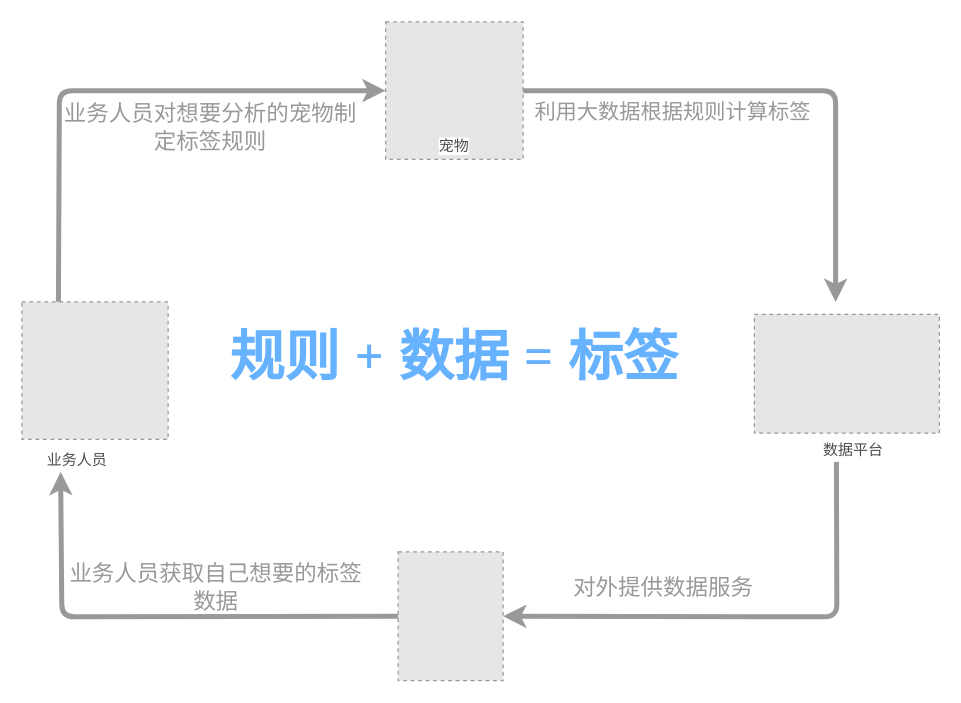
fangzheng0518/draw keeps this draw.io diagram as pet_data_warehouse/宠物标签.drawio. Above is the earlier version. Source tidied: cells renumbered, new cells numbered last; positions are measured from the earlier drawing's top-left corner, leaving out a move shared by most shapes. Both pictures are drawn from the tidied source at 125%, with x=0, y=0 at pixel (21, 21). Pictures stored in the file or linked from it are replaced by grey dashed boxes.
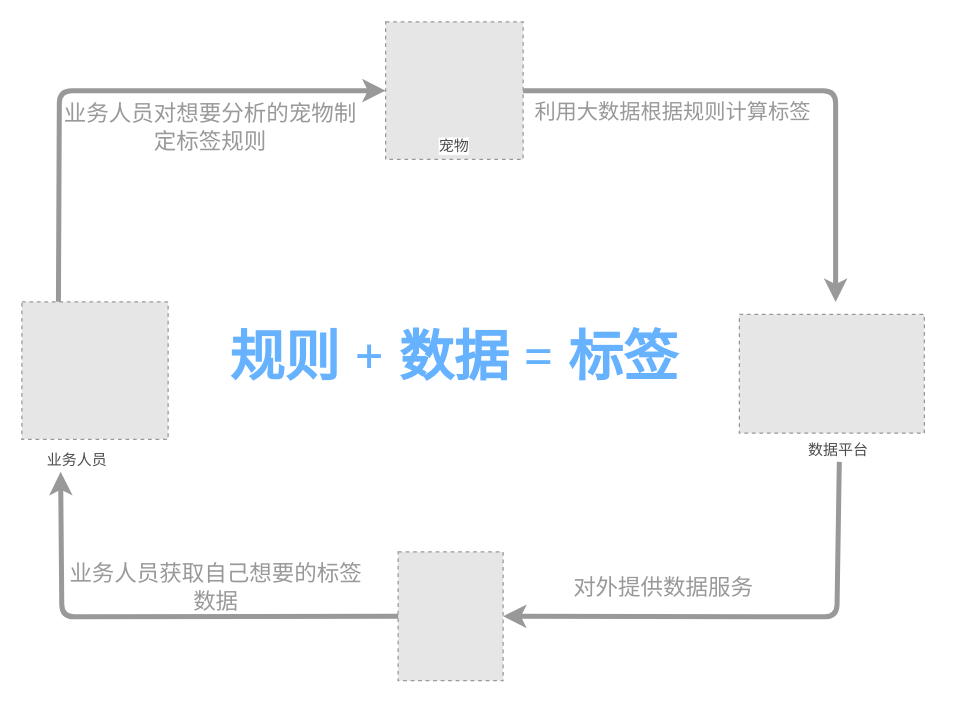
Above is the later version.

Commit message:
更新宠物标签.drawio

Unchanged cells that the change refers to:
```xml
<mxCell id="2" style="fillColor=#E6E6E6;strokeColor=#999999;dashed=1;verticalLabelPosition=bottom;labelBackgroundColor=#ffffff;verticalAlign=top;" parent="1" vertex="1">
  <mxGeometry x="301" y="424" width="84" height="103" as="geometry" />
</mxCell>
<mxCell id="8" value="&lt;font color=&quot;#4d4d4d&quot;&gt;&lt;span style=&quot;background-color: rgb(255 , 255 , 255)&quot;&gt;数据平台&lt;/span&gt;&lt;/font&gt;" style="text;html=1;strokeColor=none;fillColor=none;align=center;verticalAlign=middle;whiteSpace=wrap;rounded=0;" parent="6" vertex="1">
  <mxGeometry x="51.3" y="100" width="57.3" height="18" as="geometry" />
</mxCell>
```

The edit, as a diff of the source:
```diff
@@
     <mxCell id="6" style="group;" parent="1" vertex="1">
-      <mxGeometry x="586" y="234" width="148" height="118" as="geometry" />
+      <mxGeometry x="574" y="234" width="148" height="118" as="geometry" />
     </mxCell>
@@
-    <mxCell id="12" style="endArrow=classic;html=1;strokeColor=#999999;strokeWidth=4;exitX=0.25;exitY=1;exitDx=0;exitDy=0;entryX=1;entryY=0.5;entryDx=0;entryDy=0;" parent="1" edge="1" source="8" target="2">
+    <mxCell id="12" style="endArrow=classic;html=1;strokeColor=#999999;strokeWidth=4;exitX=0.5;exitY=1;exitDx=0;exitDy=0;entryX=1;entryY=0.5;entryDx=0;entryDy=0;" parent="1" edge="1" source="8" target="2">
       <mxGeometry relative="1" as="geometry">
         <Array as="points">
           <mxPoint x="652" y="476" />
         </Array>
       </mxGeometry>
     </mxCell>
```
